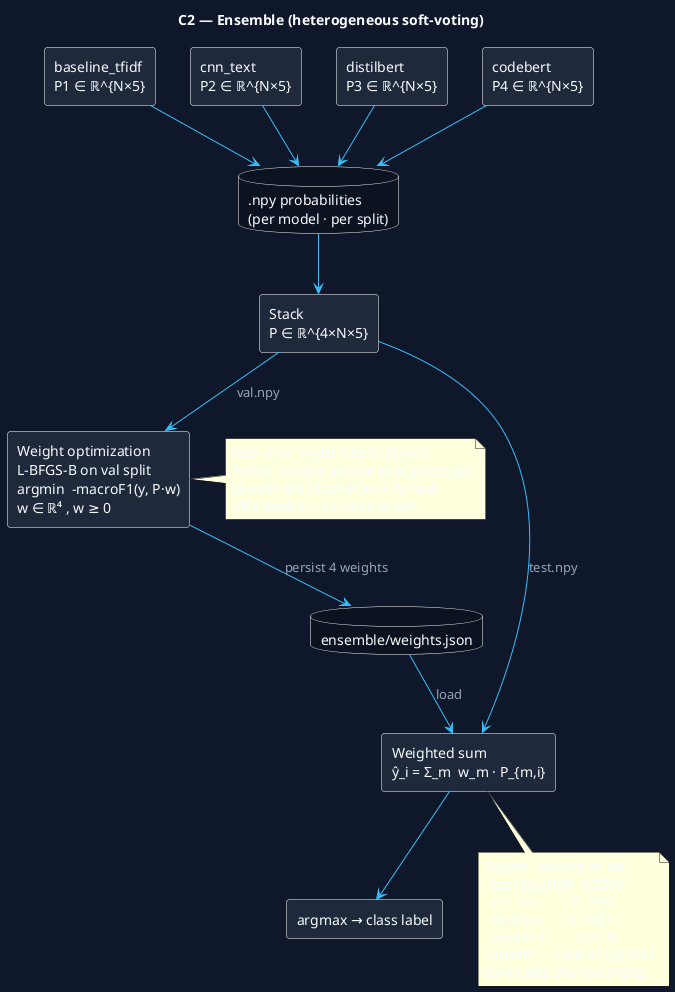
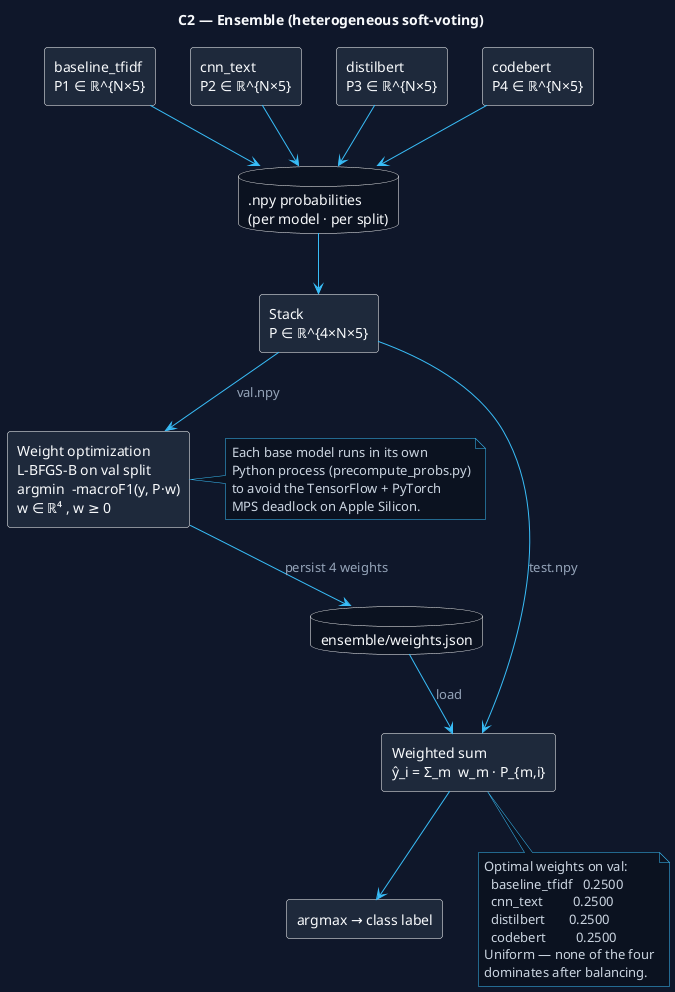
@startuml 07_architecture_ensemble
' Figure 7 — Heterogeneous Soft-Voting Ensemble (zoom)

skinparam backgroundColor #0F172A
skinparam shadowing false
skinparam defaultFontName "Fira Sans"
skinparam defaultFontColor #F8FAFC

skinparam rectangle {
  BorderColor rgba(148,163,184,0.30)
  BackgroundColor #1E293B
  FontColor #F8FAFC
  RoundCorner 6
}
skinparam database {
  BorderColor rgba(148,163,184,0.30)
  BackgroundColor #0B1220
  FontColor #F8FAFC
}
skinparam ArrowColor #38BDF8
skinparam ArrowFontColor #94A3B8
skinparam ArrowFontName "Fira Code"
+ skinparam noteFontColor #CBD5E1
+ skinparam noteFontName "Fira Code"
+ skinparam noteBackgroundColor #0B1220
+ skinparam noteBorderColor #38BDF8

title C2 — Ensemble (heterogeneous soft-voting)

rectangle "baseline_tfidf\nP1 ∈ ℝ^{N×5}" as P1
rectangle "cnn_text\nP2 ∈ ℝ^{N×5}" as P2
rectangle "distilbert\nP3 ∈ ℝ^{N×5}" as P3
rectangle "codebert\nP4 ∈ ℝ^{N×5}" as P4

database ".npy probabilities\n(per model · per split)" as PROBS

rectangle "Stack\nP ∈ ℝ^{4×N×5}" as STACK
rectangle "Weight optimization\nL-BFGS-B on val split\nargmin  -macroF1(y, P·w)\nw ∈ ℝ⁴ , w ≥ 0" as OPT
rectangle "Weighted sum\nŷ_i = Σ_m  w_m · P_{m,i}" as VOTE
rectangle "argmax → class label" as OUT

database "ensemble/weights.json" as W

P1 --> PROBS
P2 --> PROBS
P3 --> PROBS
P4 --> PROBS
PROBS --> STACK
STACK --> OPT  : val.npy
OPT --> W      : persist 4 weights
STACK --> VOTE : test.npy
W --> VOTE     : load
VOTE --> OUT

note right of OPT
  Each base model runs in its own
  Python process (precompute_probs.py)
  to avoid the TensorFlow + PyTorch
  MPS deadlock on Apple Silicon.
end note

note bottom of VOTE
  Optimal weights on val:
    baseline_tfidf   0.2500
    cnn_text         0.2500
    distilbert       0.2500
    codebert         0.2500
  Uniform — none of the four
  dominates after balancing.
end note

@enduml
